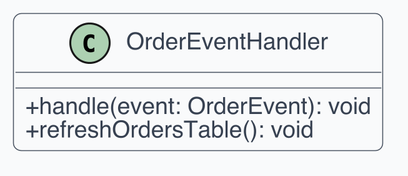
Earlier version of the PlantUML export src/PB/Documentazione Esterna/Contenuti/componenti_specifiche_tecniche/assets/uml_frontend/22_ordereventhandler.png (swenightpro/Documentazione).
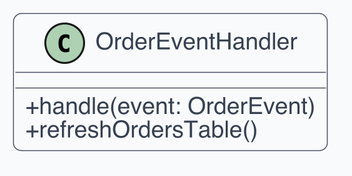
After the change.

What changed in the source:
```diff
@@ -1,7 +1,23 @@
 @startuml
-!include _style.iuml
-class OrderEventHandler {
-  +handle(event: OrderEvent): void
-  +refreshOrdersTable(): void
+skinparam dpi 300
+skinparam shadowing false
+skinparam backgroundColor White
+skinparam defaultFontName Helvetica
+skinparam defaultFontSize 12
+skinparam ArrowColor #4B5563
+skinparam ArrowThickness 1
+skinparam roundcorner 8
+skinparam class {
+  BackgroundColor #F9FAFB
+  BorderColor #4B5563
+  FontColor #111827
+  AttributeFontColor #374151
+  StereotypeFontColor #6B7280
+}
+skinparam classAttributeIconSize 0
+
+class "OrderEventHandler" as C1 {
+  + handle(event: OrderEvent)
+  + refreshOrdersTable()
 }
 @enduml
```
